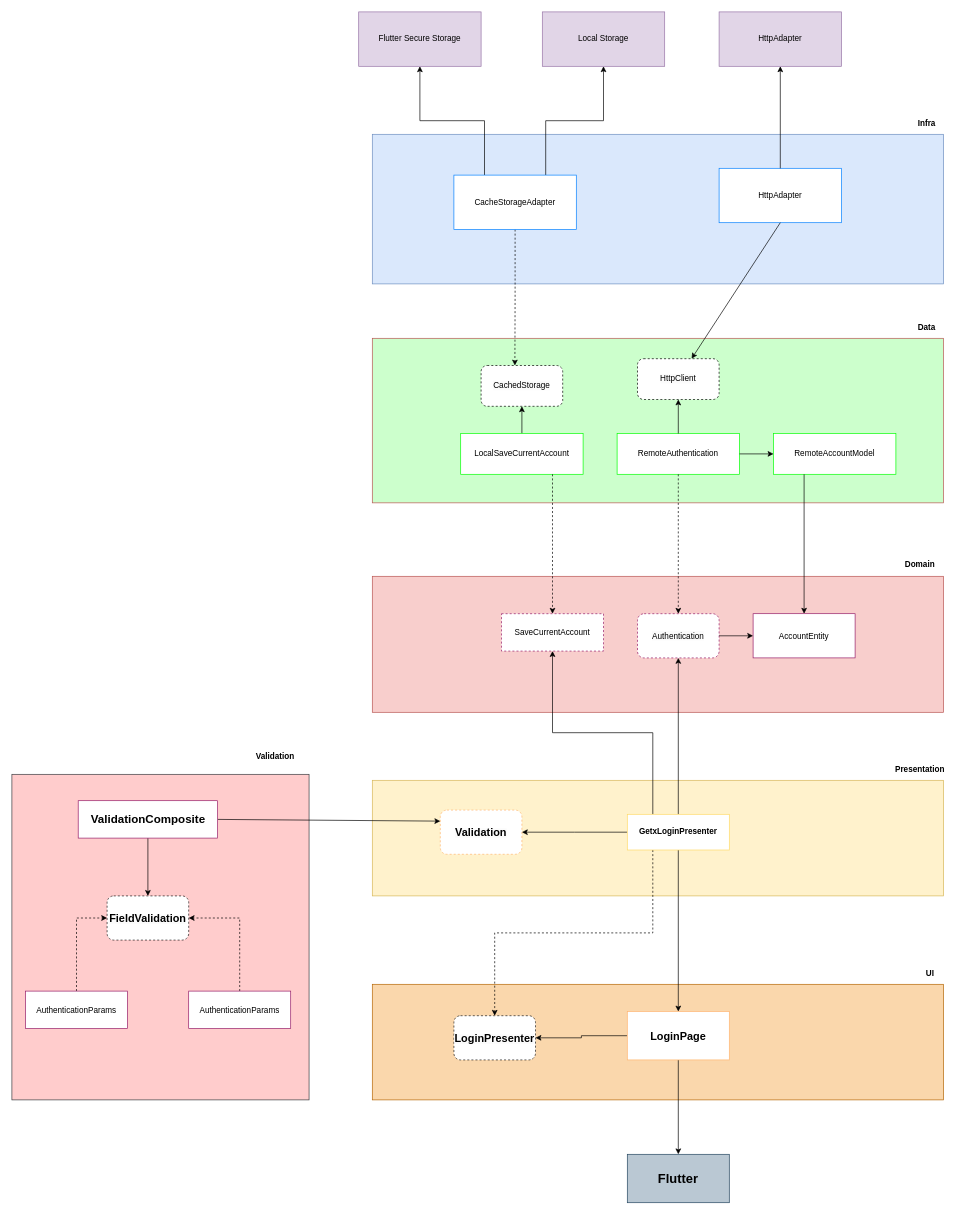
This is page "Login" (1 of 3) of requirements/Arquitetura TattooManager.drawio from PedroMerinoDev/tattoo_manager, a draw.io file, before an edit. Source tidied: cells renumbered, new cells numbered last; positions are measured from the earlier drawing's top-left corner, leaving out a move shared by most shapes. Both pictures are drawn from the tidied source at 68%, with x=0, y=0 at pixel (12, 12).
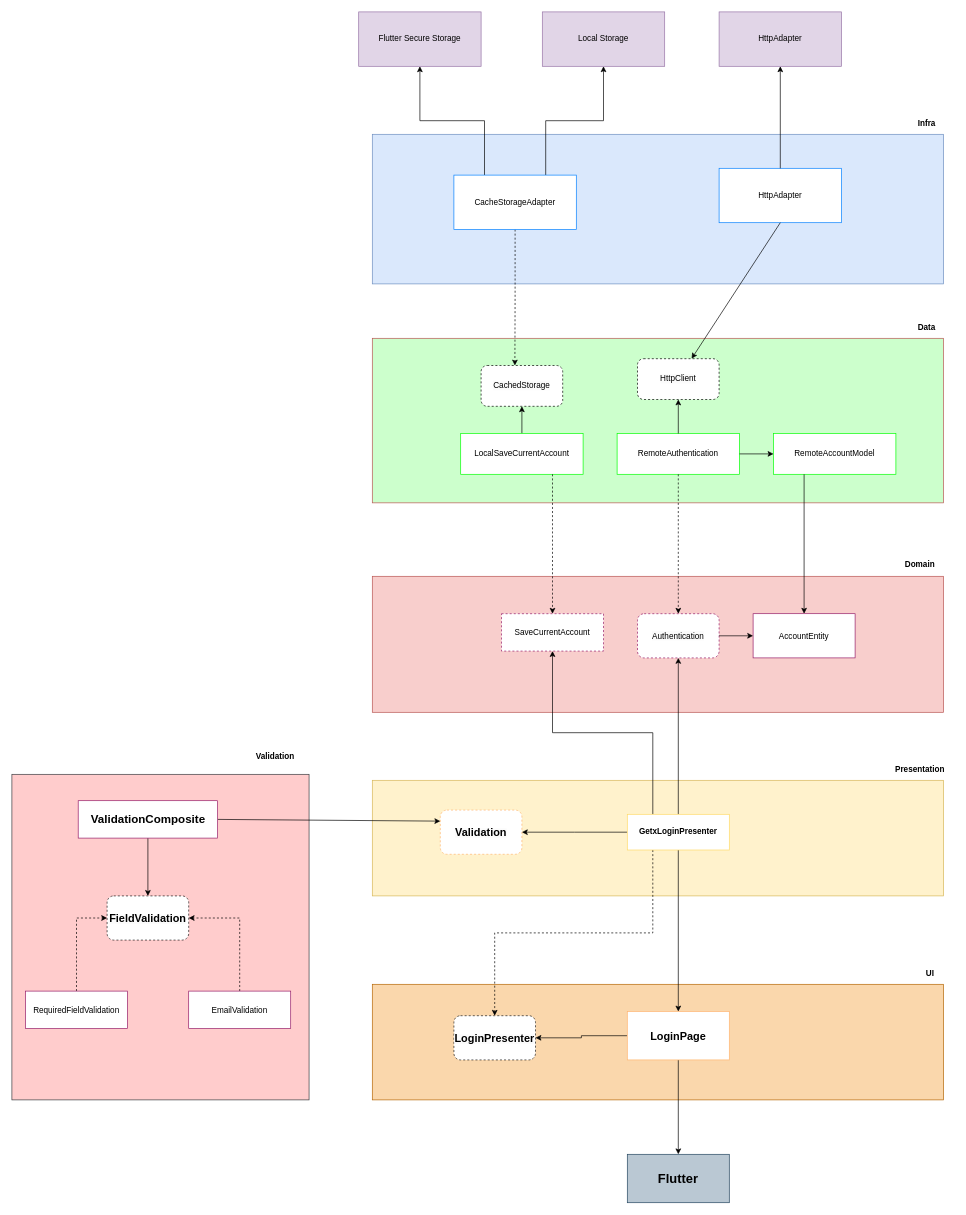
After the change.

Commit message:
Arquitetura SignUp

The edit, as a diff of the source:
```diff
@@
-    <mxCell id="47" value="AuthenticationParams" style="rounded=0;whiteSpace=wrap;html=1;strokeColor=#941967;" parent="1" vertex="1">
+    <mxCell id="47" value="RequiredFieldValidation" style="rounded=0;whiteSpace=wrap;html=1;strokeColor=#941967;" parent="1" vertex="1">
       <mxGeometry x="20" y="1440" width="150" height="55" as="geometry" />
     </mxCell>
@@
-    <mxCell id="49" value="AuthenticationParams" style="rounded=0;whiteSpace=wrap;html=1;strokeColor=#941967;" parent="1" vertex="1">
+    <mxCell id="49" value="EmailValidation" style="rounded=0;whiteSpace=wrap;html=1;strokeColor=#941967;" parent="1" vertex="1">
       <mxGeometry x="260" y="1440" width="150" height="55" as="geometry" />
     </mxCell>
```
